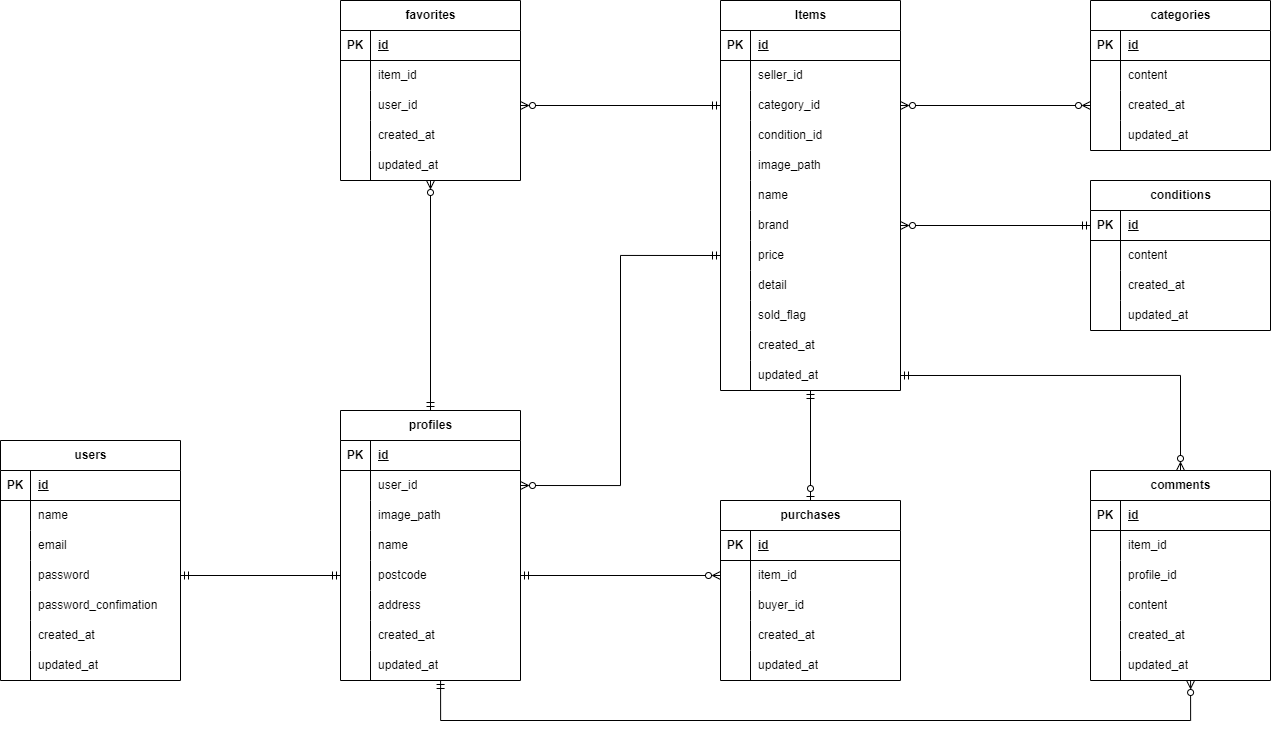
Before: src/er-diagram.drawio.png, a diagram exported from draw.io (Roba-97/ObanaRyota-mockcase1-furima-app). Source tidied: cells renumbered, new cells last; positions are measured from the earlier drawing's top-left corner, leaving out a move shared by most shapes.
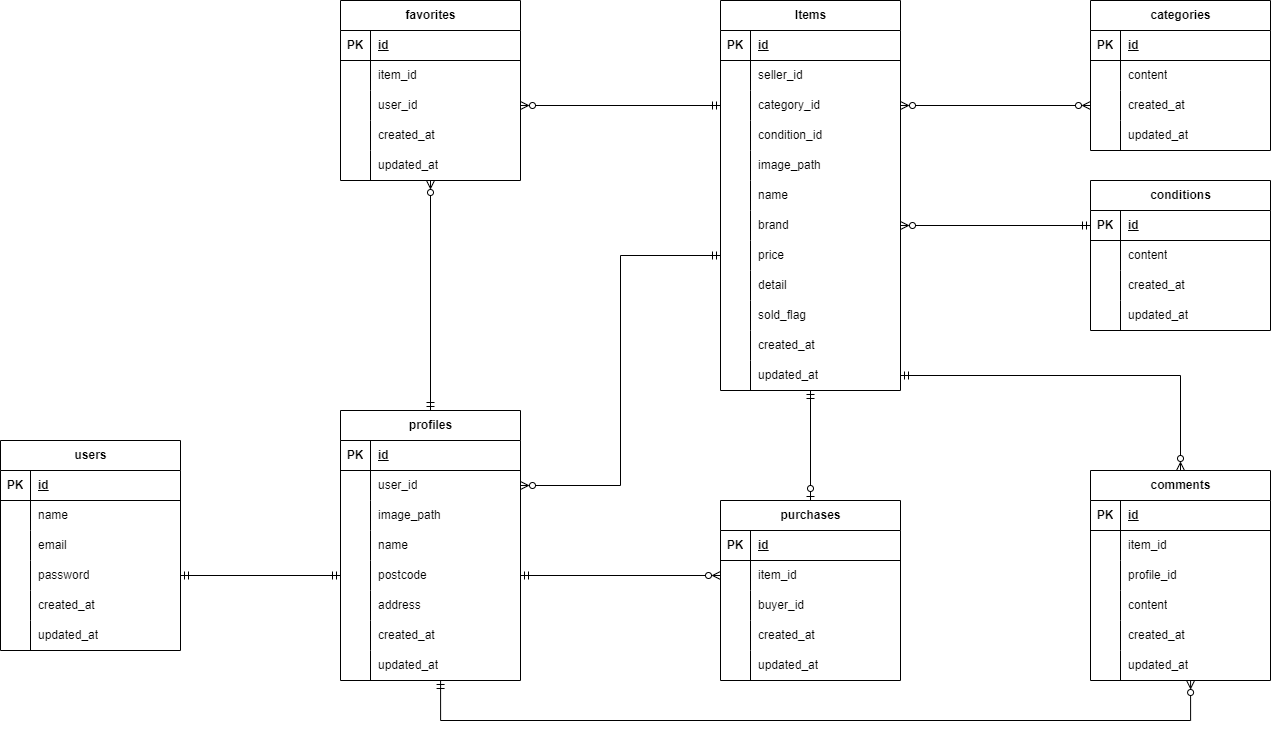
Above is the later version.

The edit, as a diff of the source:
```diff
@@ -3,7 +3,7 @@
     <mxCell id="0" />
     <mxCell id="1" parent="0" />
     <mxCell id="2" value="users" style="shape=table;startSize=30;rowLines=0;fontStyle=1;align=center;html=1;" parent="1" vertex="1">
-      <mxGeometry y="440" width="180" height="240" as="geometry" />
+      <mxGeometry y="440" width="180" height="210" as="geometry" />
     </mxCell>
     <mxCell id="3" style="shape=tableRow;horizontal=0;startSize=0;swimlaneHead=0;swimlaneBody=0;fillColor=none;top=0;left=0;right=0;bottom=1;" parent="2" vertex="1">
       <mxGeometry y="30" width="180" height="30" as="geometry" />
@@ -41,17 +41,8 @@
     <mxCell id="14" value="password" style="shape=partialRectangle;fillColor=none;top=0;left=0;bottom=0;right=0;align=left;spacingLeft=6;overflow=hidden;whiteSpace=wrap;html=1;" parent="12" vertex="1">
       <mxGeometry x="30" width="150" height="30" as="geometry" />
     </mxCell>
-    <mxCell id="15" style="shape=tableRow;horizontal=0;startSize=0;swimlaneHead=0;swimlaneBody=0;fillColor=none;top=0;left=0;right=0;bottom=0;" parent="2" vertex="1">
-      <mxGeometry y="150" width="180" height="30" as="geometry" />
-    </mxCell>
-    <mxCell id="16" style="shape=partialRectangle;fillColor=none;top=0;left=0;bottom=0;right=0;overflow=hidden;whiteSpace=wrap;html=1;" parent="15" vertex="1">
-      <mxGeometry width="30" height="30" as="geometry" />
-    </mxCell>
-    <mxCell id="17" value="password_confimation" style="shape=partialRectangle;fillColor=none;top=0;left=0;bottom=0;right=0;align=left;spacingLeft=6;overflow=hidden;whiteSpace=wrap;html=1;" parent="15" vertex="1">
-      <mxGeometry x="30" width="150" height="30" as="geometry" />
-    </mxCell>
     <mxCell id="18" style="shape=tableRow;horizontal=0;startSize=0;swimlaneHead=0;swimlaneBody=0;fillColor=none;top=0;left=0;right=0;bottom=0;" parent="2" vertex="1">
-      <mxGeometry y="180" width="180" height="30" as="geometry" />
+      <mxGeometry y="150" width="180" height="30" as="geometry" />
     </mxCell>
     <mxCell id="19" style="shape=partialRectangle;fillColor=none;top=0;left=0;bottom=0;right=0;overflow=hidden;whiteSpace=wrap;html=1;" parent="18" vertex="1">
       <mxGeometry width="30" height="30" as="geometry" />
@@ -60,7 +51,7 @@
       <mxGeometry x="30" width="150" height="30" as="geometry" />
     </mxCell>
     <mxCell id="21" style="shape=tableRow;horizontal=0;startSize=0;swimlaneHead=0;swimlaneBody=0;fillColor=none;top=0;left=0;right=0;bottom=0;" parent="2" vertex="1">
-      <mxGeometry y="210" width="180" height="30" as="geometry" />
+      <mxGeometry y="180" width="180" height="30" as="geometry" />
     </mxCell>
     <mxCell id="22" style="shape=partialRectangle;fillColor=none;top=0;left=0;bottom=0;right=0;overflow=hidden;whiteSpace=wrap;html=1;" parent="21" vertex="1">
       <mxGeometry width="30" height="30" as="geometry" />
```
